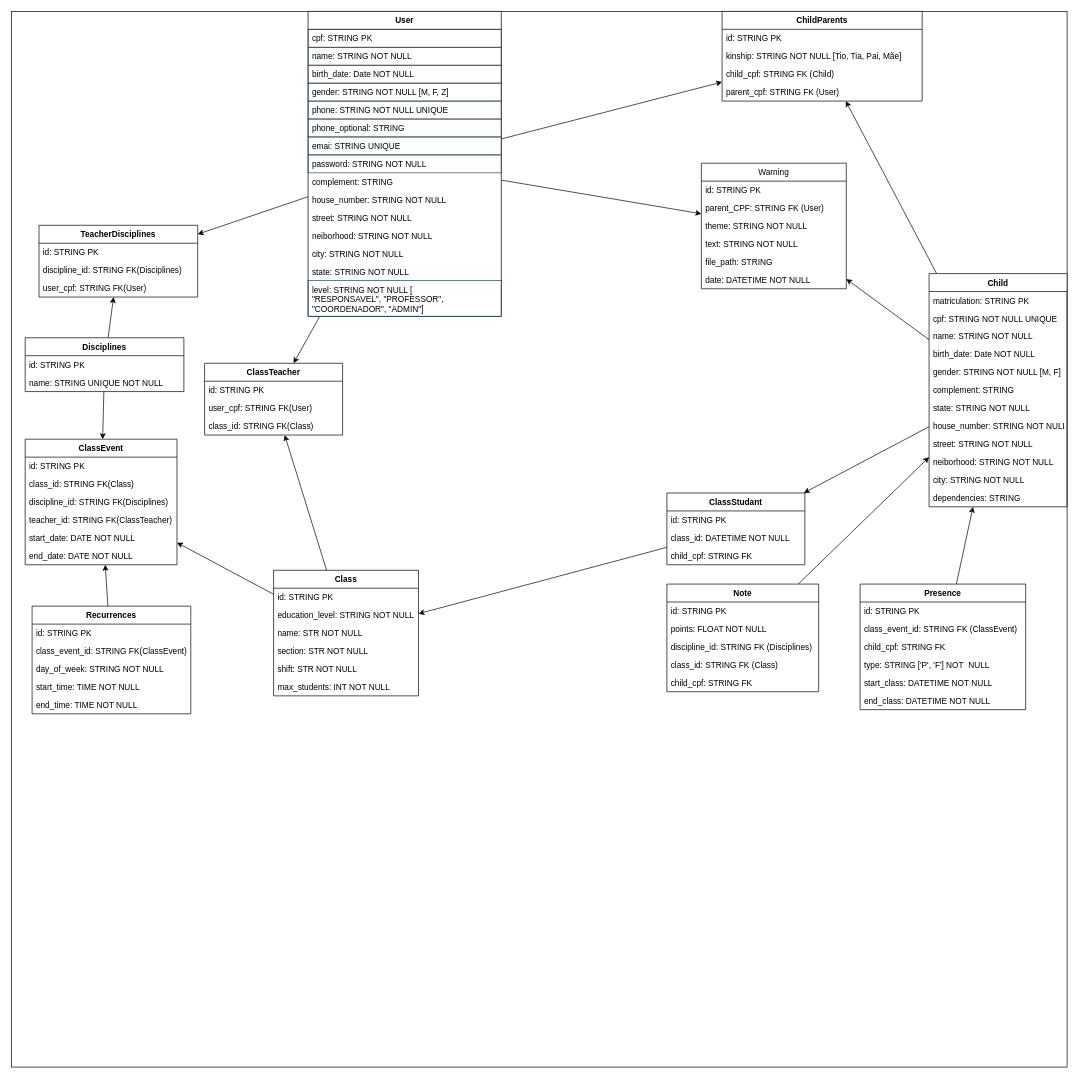
This is docs/der.drawio from mauriciobenjamin700/SMEIF-API, a draw.io file, before an edit. Source tidied: cells renumbered, new cells numbered last; positions are measured from the earlier drawing's top-left corner, leaving out a move shared by most shapes. Both pictures are drawn from the tidied source at 69%, with x=0, y=0 at pixel (11, 11).
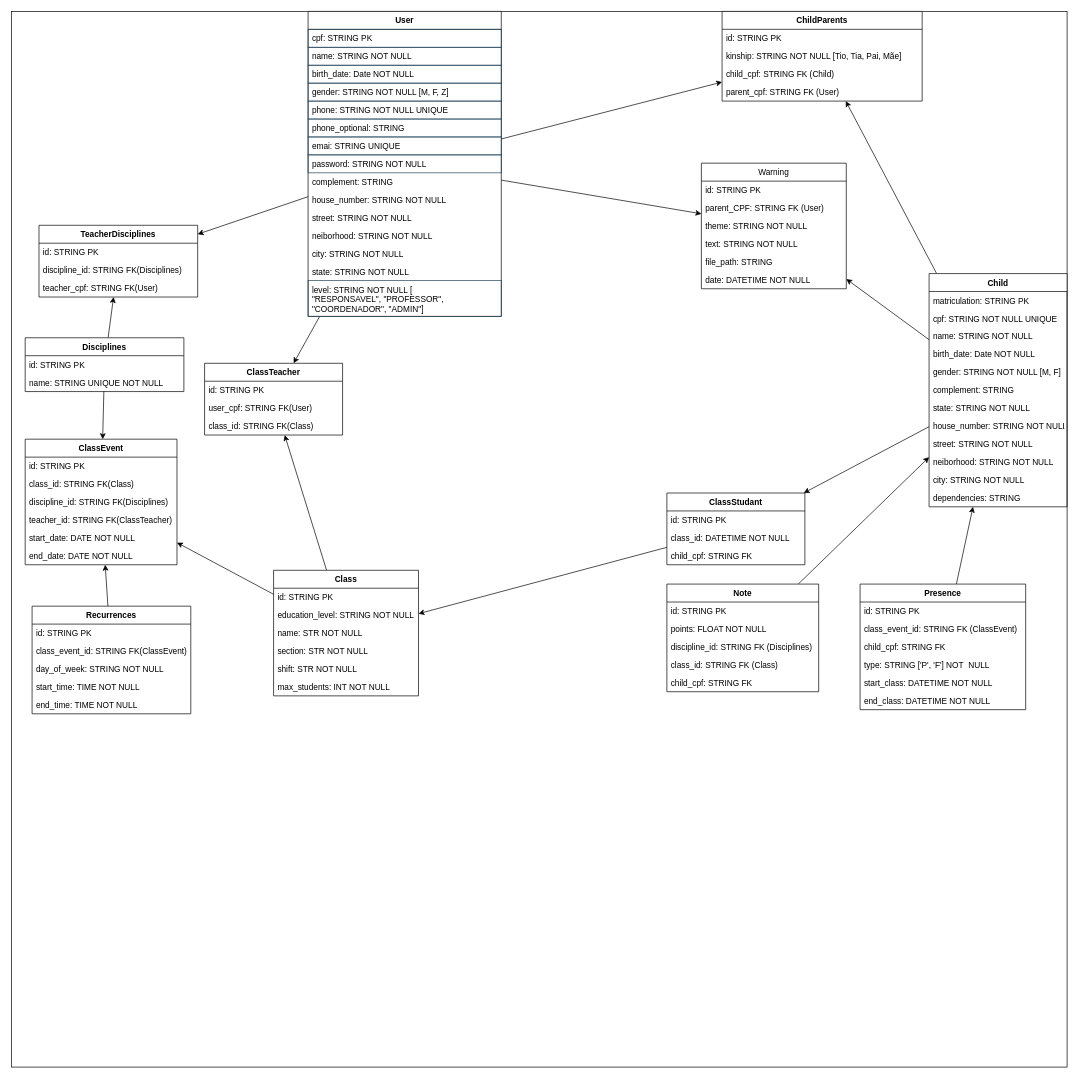
After the change.

The change refers to these unchanged cells:
```xml
<mxCell id="84" value="TeacherDisciplines" style="swimlane;fontStyle=1;align=center;verticalAlign=top;horizontal=1;startSize=26;" parent="1" vertex="1">
  <mxGeometry x="40" y="310" width="230" height="104" as="geometry" />
</mxCell>
```

The edit, as a diff of the source:
```diff
@@
-    <mxCell id="87" value="user_cpf: STRING FK(User)" style="text;strokeColor=none;fillColor=none;align=left;verticalAlign=top;spacingLeft=4;spacingRight=4;overflow=hidden;fontColor=#000000;" parent="84" vertex="1">
+    <mxCell id="87" value="teacher_cpf: STRING FK(User)" style="text;strokeColor=none;fillColor=none;align=left;verticalAlign=top;spacingLeft=4;spacingRight=4;overflow=hidden;fontColor=#000000;" parent="84" vertex="1">
       <mxGeometry y="78" width="230" height="26" as="geometry" />
     </mxCell>
```
